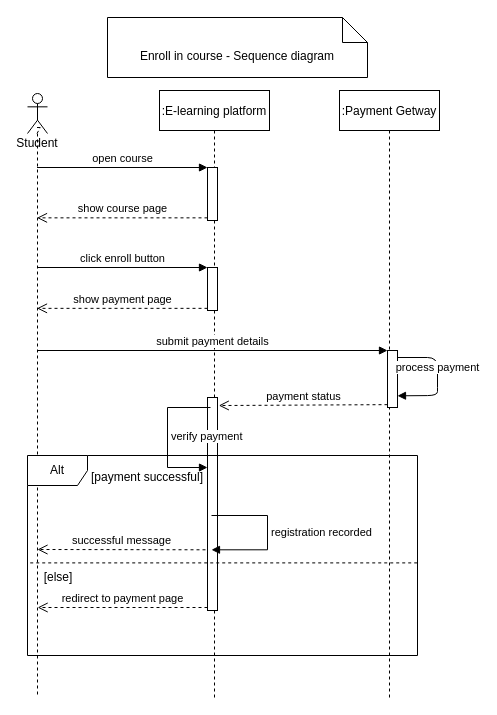
kingshowa/PFE_E-learning keeps this draw.io diagram as Enroll in course Sequence diagram.drawio. Above is the earlier version. Source tidied: cells renumbered, new cells numbered last; positions are measured from the earlier drawing's top-left corner, leaving out a move shared by most shapes. Both pictures are drawn from the tidied source at 100%, with x=0, y=0 at pixel (27, 17).
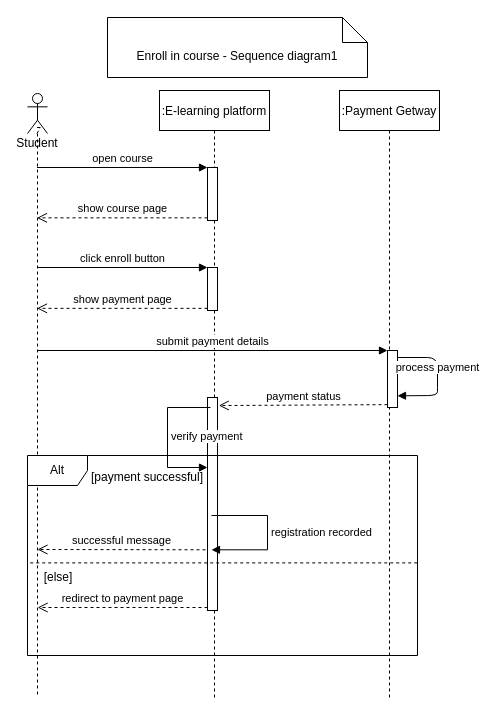
The same diagram, later.

The edit, as a diff of the source:
```diff
@@
-    <mxCell id="26" value="Enroll in course - Sequence diagram" style="shape=note2;boundedLbl=1;whiteSpace=wrap;html=1;size=25;verticalAlign=top;align=center;" parent="1" vertex="1">
+    <mxCell id="26" value="Enroll in course - Sequence diagram1" style="shape=note2;boundedLbl=1;whiteSpace=wrap;html=1;size=25;verticalAlign=top;align=center;" parent="1" vertex="1">
       <mxGeometry x="80" width="260" height="60" as="geometry" />
     </mxCell>
```
